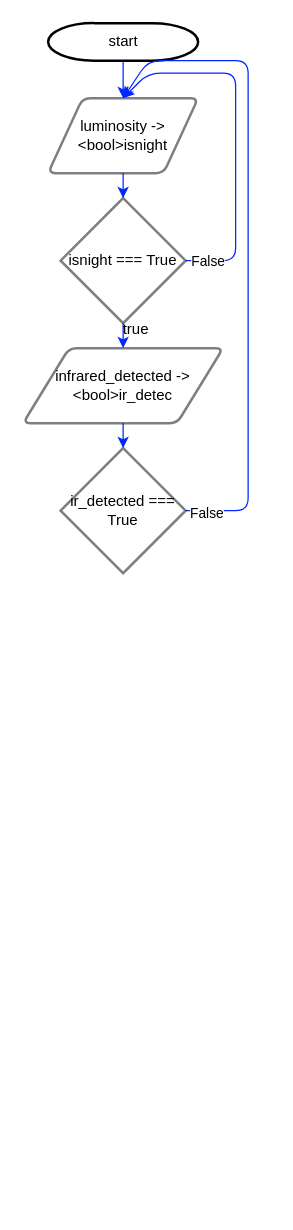
Before: algorigramme i2d villebonnet tinkercad 2.drawio in yapudjus/travail-lycee-rimains, a draw.io diagram. Source tidied: cells renumbered, new cells numbered last; positions are measured from the earlier drawing's top-left corner, leaving out a move shared by most shapes. Both pictures are drawn from the tidied source at 125%, with x=0, y=0 at pixel (22, 22).
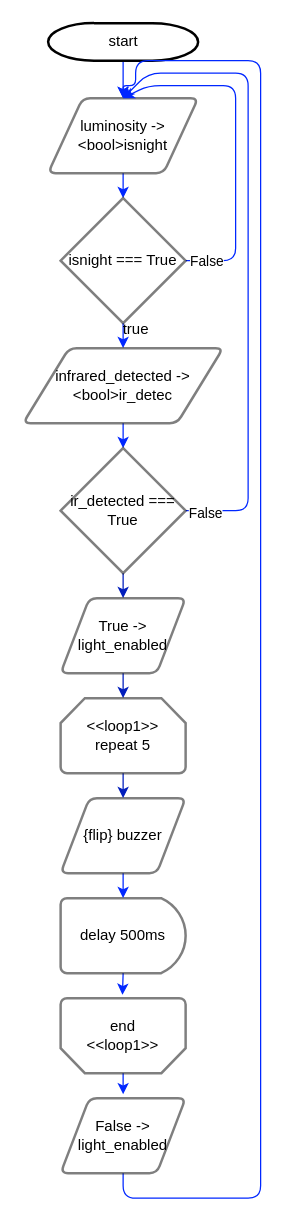
The same diagram, later.

Commit message (it also covers changes not shown here):
Mettre à jour algorigramme i2d villebonnet tinkercad 2.drawio

Unchanged cells that the change refers to:
```xml
<mxCell id="5" value="luminosity -&amp;gt; &amp;lt;bool&amp;gt;isnight" style="shape=parallelogram;html=1;strokeWidth=2;perimeter=parallelogramPerimeter;whiteSpace=wrap;rounded=1;arcSize=12;size=0.23;fillStyle=zigzag-line;opacity=50;" parent="1" vertex="1">
  <mxGeometry x="20" y="60" width="120" height="60" as="geometry" />
</mxCell>
<mxCell id="9" value="isnight === True" style="strokeWidth=2;html=1;shape=mxgraph.flowchart.decision;whiteSpace=wrap;fillStyle=zigzag-line;opacity=50;rounded=1;" parent="1" vertex="1">
  <mxGeometry x="30" y="140" width="100" height="100" as="geometry" />
</mxCell>
<mxCell id="14" value="ir_detected === True" style="strokeWidth=2;html=1;shape=mxgraph.flowchart.decision;whiteSpace=wrap;rounded=1;fillStyle=zigzag-line;opacity=50;" parent="1" vertex="1">
  <mxGeometry x="30" y="340" width="100" height="100" as="geometry" />
</mxCell>
```

What changed in the source:
```diff
@@
     <mxCell id="6" style="edgeStyle=none;rounded=1;jettySize=auto;html=1;exitX=1;exitY=0.5;exitDx=0;exitDy=0;exitPerimeter=0;entryX=0.5;entryY=0;entryDx=0;entryDy=0;strokeColor=#0027FF;" parent="1" edge="1" source="9" target="5">
       <mxGeometry relative="1" as="geometry">
         <Array as="points">
           <mxPoint x="170" y="190" />
-          <mxPoint x="170" y="40" />
-          <mxPoint x="100" y="40" />
+          <mxPoint x="170" y="50" />
+          <mxPoint x="140" y="50" />
+          <mxPoint x="100" y="50" />
         </Array>
       </mxGeometry>
     </mxCell>
-    <mxCell id="7" value="False" style="edgeLabel;html=1;align=center;verticalAlign=middle;" parent="6" vertex="1">
+    <mxCell id="7" value="False" style="edgeLabel;html=1;align=center;verticalAlign=middle;rounded=1;" parent="6" vertex="1">
       <mxGeometry x="-0.88" relative="1" as="geometry" />
     </mxCell>
@@
     <mxCell id="12" style="edgeStyle=none;rounded=1;jettySize=auto;html=1;exitX=1;exitY=0.5;exitDx=0;exitDy=0;exitPerimeter=0;entryX=0.5;entryY=0;entryDx=0;entryDy=0;strokeColor=#0027FF;" parent="1" edge="1" source="14" target="5">
       <mxGeometry relative="1" as="geometry">
         <Array as="points">
           <mxPoint x="180" y="390" />
-          <mxPoint x="180" y="30" />
-          <mxPoint x="100" y="30" />
+          <mxPoint x="180" y="40" />
+          <mxPoint x="100" y="40" />
         </Array>
       </mxGeometry>
     </mxCell>
-    <mxCell id="13" value="False" style="edgeLabel;html=1;align=center;verticalAlign=middle;" parent="12" vertex="1">
+    <mxCell id="13" value="False" style="edgeLabel;html=1;align=center;verticalAlign=middle;rounded=1;" parent="12" vertex="1">
       <mxGeometry x="-0.94" y="-1" relative="1" as="geometry" />
     </mxCell>
+    <mxCell id="16" style="edgeStyle=orthogonalEdgeStyle;rounded=1;jettySize=auto;html=1;exitX=0.5;exitY=1;exitDx=0;exitDy=0;exitPerimeter=0;entryX=0.5;entryY=0;entryDx=0;entryDy=0;fillColor=#0050ef;strokeColor=#001DBC;" parent="1" edge="1" source="14" target="20">
+      <mxGeometry relative="1" as="geometry" />
+    </mxCell>
@@
-    <mxCell id="15" value="true" style="text;html=1;align=center;verticalAlign=middle;strokeColor=none;fillColor=none;" parent="1" vertex="1">
+    <mxCell id="15" value="true" style="text;html=1;align=center;verticalAlign=middle;strokeColor=none;fillColor=none;rounded=1;" parent="1" vertex="1">
       <mxGeometry x="70" y="230" width="40" height="30" as="geometry" />
     </mxCell>
+    <mxCell id="17" style="edgeStyle=orthogonalEdgeStyle;rounded=1;jettySize=auto;html=1;exitX=0.5;exitY=1;exitDx=0;exitDy=0;exitPerimeter=0;entryX=0.505;entryY=1.044;entryDx=0;entryDy=0;entryPerimeter=0;strokeColor=#0027FF;" parent="1" edge="1" source="18" target="26">
+      <mxGeometry relative="1" as="geometry" />
+    </mxCell>
+    <mxCell id="18" value="delay 500ms" style="strokeWidth=2;html=1;shape=mxgraph.flowchart.delay;whiteSpace=wrap;rounded=1;fillStyle=zigzag-line;opacity=50;" parent="1" vertex="1">
+      <mxGeometry x="30" y="700" width="100" height="60" as="geometry" />
+    </mxCell>
+    <mxCell id="19" style="edgeStyle=orthogonalEdgeStyle;rounded=1;jettySize=auto;html=1;exitX=0.5;exitY=1;exitDx=0;exitDy=0;entryX=0.5;entryY=0;entryDx=0;entryDy=0;entryPerimeter=0;fillColor=#0050ef;strokeColor=#001DBC;" parent="1" edge="1" source="20" target="24">
+      <mxGeometry relative="1" as="geometry" />
+    </mxCell>
+    <mxCell id="20" value="True -&amp;gt; light_enabled" style="shape=parallelogram;html=1;strokeWidth=2;perimeter=parallelogramPerimeter;whiteSpace=wrap;rounded=1;arcSize=12;size=0.23;fillStyle=zigzag-line;opacity=50;" parent="1" vertex="1">
+      <mxGeometry x="30" y="460" width="100" height="60" as="geometry" />
+    </mxCell>
+    <mxCell id="21" style="edgeStyle=orthogonalEdgeStyle;rounded=1;jettySize=auto;html=1;exitX=0.5;exitY=1;exitDx=0;exitDy=0;entryX=0.5;entryY=0;entryDx=0;entryDy=0;entryPerimeter=0;strokeColor=#0027FF;" parent="1" edge="1" source="22" target="18">
+      <mxGeometry relative="1" as="geometry" />
+    </mxCell>
+    <mxCell id="22" value="{flip} buzzer" style="shape=parallelogram;html=1;strokeWidth=2;perimeter=parallelogramPerimeter;whiteSpace=wrap;rounded=1;arcSize=12;size=0.23;fillStyle=zigzag-line;opacity=50;" parent="1" vertex="1">
+      <mxGeometry x="30" y="620" width="100" height="60" as="geometry" />
+    </mxCell>
+    <mxCell id="23" style="edgeStyle=orthogonalEdgeStyle;rounded=1;jettySize=auto;html=1;exitX=0.5;exitY=1;exitDx=0;exitDy=0;exitPerimeter=0;entryX=0.5;entryY=0;entryDx=0;entryDy=0;fillColor=#0050ef;strokeColor=#001DBC;" parent="1" edge="1" source="24" target="22">
+      <mxGeometry relative="1" as="geometry" />
+    </mxCell>
+    <mxCell id="24" value="&lt;div&gt;&amp;lt;&amp;lt;loop1&amp;gt;&amp;gt;&lt;/div&gt;&lt;div&gt;repeat 5&lt;br&gt;&lt;/div&gt;" style="strokeWidth=2;html=1;shape=mxgraph.flowchart.loop_limit;whiteSpace=wrap;rounded=1;fillStyle=zigzag-line;opacity=50;" parent="1" vertex="1">
+      <mxGeometry x="30" y="540" width="100" height="60" as="geometry" />
+    </mxCell>
+    <mxCell id="25" style="edgeStyle=orthogonalEdgeStyle;rounded=1;jettySize=auto;html=1;exitX=0.5;exitY=0;exitDx=0;exitDy=0;exitPerimeter=0;entryX=0.5;entryY=-0.052;entryDx=0;entryDy=0;entryPerimeter=0;strokeColor=#0027FF;" parent="1" edge="1" source="26" target="29">
+      <mxGeometry relative="1" as="geometry" />
+    </mxCell>
+    <mxCell id="26" style="strokeWidth=2;html=1;shape=mxgraph.flowchart.loop_limit;whiteSpace=wrap;rounded=1;fillStyle=zigzag-line;opacity=50;rotation=-180;" parent="1" vertex="1">
+      <mxGeometry x="30" y="780" width="100" height="60" as="geometry" />
+    </mxCell>
+    <mxCell id="27" value="end &amp;lt;&amp;lt;loop1&amp;gt;&amp;gt;" style="text;html=1;strokeColor=none;fillColor=none;align=center;verticalAlign=middle;whiteSpace=wrap;rounded=1;" parent="1" vertex="1">
+      <mxGeometry x="50" y="795" width="60" height="30" as="geometry" />
+    </mxCell>
+    <mxCell id="28" style="edgeStyle=orthogonalEdgeStyle;rounded=1;jettySize=auto;html=1;exitX=0.5;exitY=1;exitDx=0;exitDy=0;strokeColor=#0027FF;entryX=0.5;entryY=0;entryDx=0;entryDy=0;" parent="1" edge="1" source="29" target="5">
+      <mxGeometry relative="1" as="geometry">
+        <Array as="points">
+          <mxPoint x="80" y="940" />
+          <mxPoint x="190" y="940" />
+          <mxPoint x="190" y="30" />
+          <mxPoint x="90" y="30" />
+          <mxPoint x="90" y="50" />
+          <mxPoint x="80" y="50" />
+        </Array>
+      </mxGeometry>
+    </mxCell>
+    <mxCell id="29" value="False -&amp;gt; light_enabled" style="shape=parallelogram;html=1;strokeWidth=2;perimeter=parallelogramPerimeter;whiteSpace=wrap;rounded=1;arcSize=12;size=0.23;fillStyle=zigzag-line;opacity=50;" parent="1" vertex="1">
+      <mxGeometry x="30" y="860" width="100" height="60" as="geometry" />
+    </mxCell>
```
